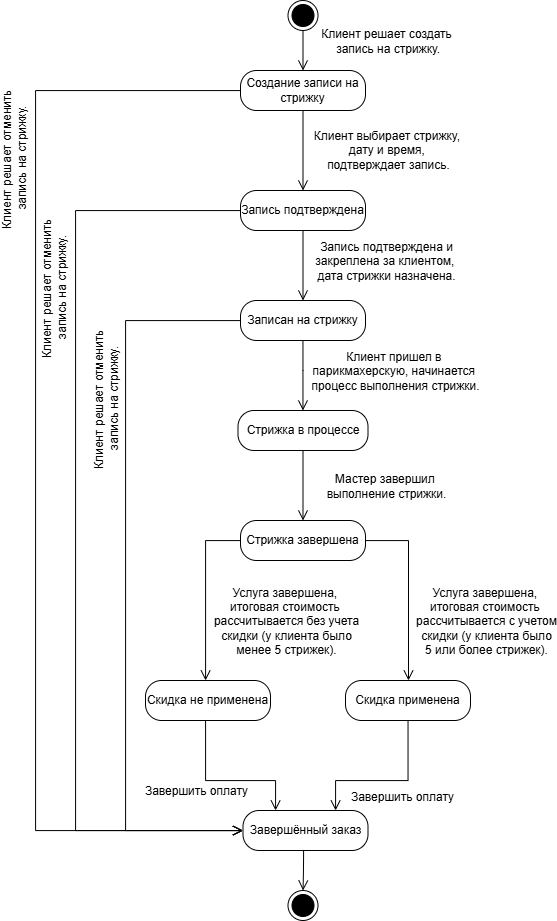
Before: diagrams/Диаграмма состояния.png, a diagram exported from draw.io (dxprxsd/practicalEducationalTrainingMobile). Source tidied: cells renumbered, new cells last; positions are measured from the earlier drawing's top-left corner, leaving out a move shared by most shapes.
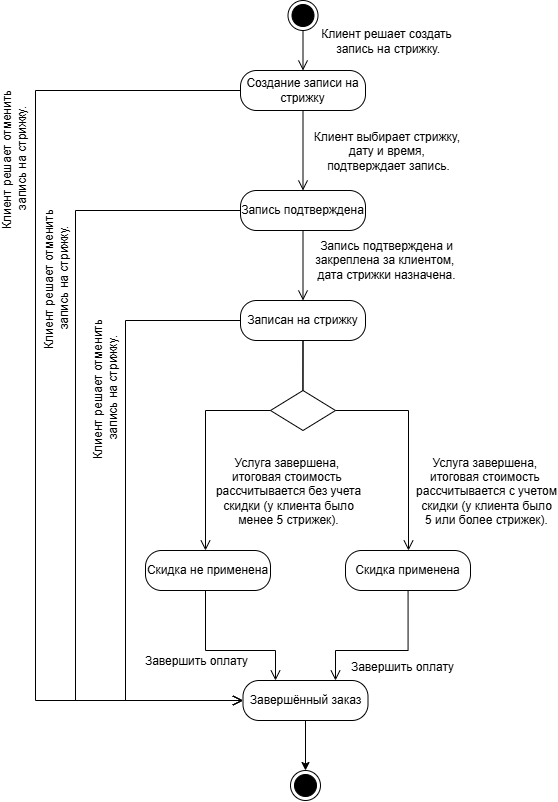
After the commit.

Change to the diagram source:
```diff
@@ -25,26 +25,20 @@
     <mxCell id="8" value="Записан на стрижку" style="rounded=1;whiteSpace=wrap;html=1;arcSize=40;" parent="1" vertex="1">
       <mxGeometry x="205" y="300" width="125" height="40" as="geometry" />
     </mxCell>
-    <mxCell id="9" value="Стрижка в процессе" style="rounded=1;whiteSpace=wrap;html=1;arcSize=40;" parent="1" vertex="1">
-      <mxGeometry x="202.5" y="410" width="130" height="40" as="geometry" />
-    </mxCell>
-    <mxCell id="10" value="Стрижка завершена" style="rounded=1;whiteSpace=wrap;html=1;arcSize=40;" parent="1" vertex="1">
-      <mxGeometry x="205" y="520" width="125" height="40" as="geometry" />
-    </mxCell>
     <mxCell id="11" value="Скидка применена" style="rounded=1;whiteSpace=wrap;html=1;arcSize=40;" parent="1" vertex="1">
-      <mxGeometry x="310" y="680" width="125" height="40" as="geometry" />
+      <mxGeometry x="310" y="550" width="125" height="40" as="geometry" />
     </mxCell>
     <mxCell id="12" style="edgeStyle=orthogonalEdgeStyle;html=1;verticalAlign=bottom;endArrow=open;endSize=8;strokeColor=#000000;rounded=0;fontSize=12;" parent="1" edge="1" source="3" target="26">
       <mxGeometry relative="1" as="geometry">
         <Array as="points">
           <mxPoint y="90" />
-          <mxPoint y="830" />
+          <mxPoint y="700" />
         </Array>
       </mxGeometry>
     </mxCell>
     <mxCell id="13" value="Клиент решает отменить&lt;div&gt;&amp;nbsp;запись на стрижку.&lt;/div&gt;" style="edgeLabel;html=1;align=center;verticalAlign=middle;fontSize=12;labelBackgroundColor=none;rotation=270;" parent="12" vertex="1">
       <mxGeometry x="-0.26" y="1" relative="1" as="geometry">
-        <mxPoint x="-23" y="-151" as="offset" />
+        <mxPoint x="-23" y="-103" as="offset" />
       </mxGeometry>
     </mxCell>
     <mxCell id="14" style="edgeStyle=orthogonalEdgeStyle;html=1;verticalAlign=bottom;endArrow=open;endSize=8;strokeColor=#000000;rounded=0;fontSize=12;" parent="1" edge="1" source="7" target="8">
@@ -60,43 +54,24 @@
         <mxPoint x="82" y="4" as="offset" />
       </mxGeometry>
     </mxCell>
-    <mxCell id="16" style="edgeStyle=orthogonalEdgeStyle;html=1;verticalAlign=bottom;endArrow=open;endSize=8;strokeColor=#000000;rounded=0;fontSize=12;" parent="1" edge="1" source="8" target="9">
-      <mxGeometry relative="1" as="geometry">
-        <Array as="points">
-          <mxPoint x="268" y="370" />
-          <mxPoint x="268" y="370" />
-        </Array>
-      </mxGeometry>
-    </mxCell>
-    <mxCell id="17" value="Клиент пришел в&amp;nbsp;&lt;div&gt;парикмахерскую,&amp;nbsp;&lt;span style=&quot;background-color: transparent; color: light-dark(rgb(0, 0, 0), rgb(255, 255, 255));&quot;&gt;начинается&amp;nbsp;&lt;/span&gt;&lt;div&gt;процесс выполнения стрижки.&lt;/div&gt;&lt;/div&gt;" style="edgeLabel;html=1;align=center;verticalAlign=middle;fontSize=12;labelBackgroundColor=none;" parent="16" vertex="1">
-      <mxGeometry x="-0.26" y="1" relative="1" as="geometry">
-        <mxPoint x="91" y="4" as="offset" />
-      </mxGeometry>
-    </mxCell>
-    <mxCell id="18" style="edgeStyle=orthogonalEdgeStyle;html=1;verticalAlign=bottom;endArrow=open;endSize=8;strokeColor=#000000;rounded=0;fontSize=12;" parent="1" edge="1" source="9" target="10">
-      <mxGeometry relative="1" as="geometry" />
-    </mxCell>
-    <mxCell id="19" value="Мастер завершил&amp;nbsp;&lt;div&gt;выполнение стрижки.&lt;/div&gt;" style="edgeLabel;html=1;align=center;verticalAlign=middle;fontSize=12;labelBackgroundColor=none;" parent="18" vertex="1">
-      <mxGeometry x="-0.26" y="1" relative="1" as="geometry">
-        <mxPoint x="82" y="9" as="offset" />
-      </mxGeometry>
-    </mxCell>
-    <mxCell id="20" style="edgeStyle=orthogonalEdgeStyle;html=1;verticalAlign=bottom;endArrow=open;endSize=8;strokeColor=#000000;rounded=0;fontSize=12;" parent="1" edge="1" source="10" target="32">
+    <mxCell id="20" style="edgeStyle=orthogonalEdgeStyle;html=1;verticalAlign=bottom;endArrow=open;endSize=8;strokeColor=#000000;rounded=0;fontSize=12;exitX=0.5;exitY=1;exitDx=0;exitDy=0;" parent="1" edge="1" source="8" target="32">
       <mxGeometry relative="1" as="geometry">
         <Array as="points">
-          <mxPoint x="170" y="540" />
+          <mxPoint x="268" y="410" />
+          <mxPoint x="170" y="410" />
         </Array>
       </mxGeometry>
     </mxCell>
     <mxCell id="21" value="Услуга завершена,&amp;nbsp;&lt;div&gt;итоговая стоимость&amp;nbsp;&lt;/div&gt;&lt;div&gt;рассчитывается без учета&lt;/div&gt;&lt;div&gt;&lt;span style=&quot;background-color: transparent; color: light-dark(rgb(0, 0, 0), rgb(255, 255, 255));&quot;&gt;скидки (у клиента было&lt;/span&gt;&lt;/div&gt;&lt;div&gt;&lt;span style=&quot;background-color: transparent; color: light-dark(rgb(0, 0, 0), rgb(255, 255, 255));&quot;&gt;менее 5 стрижек&lt;/span&gt;&lt;span style=&quot;background-color: transparent; color: light-dark(rgb(0, 0, 0), rgb(255, 255, 255));&quot;&gt;).&lt;/span&gt;&lt;/div&gt;" style="edgeLabel;html=1;align=center;verticalAlign=middle;fontSize=12;labelBackgroundColor=none;" parent="20" vertex="1">
       <mxGeometry x="-0.26" y="1" relative="1" as="geometry">
-        <mxPoint x="79" y="50" as="offset" />
+        <mxPoint x="29" y="79" as="offset" />
       </mxGeometry>
     </mxCell>
-    <mxCell id="22" style="edgeStyle=orthogonalEdgeStyle;html=1;verticalAlign=bottom;endArrow=open;endSize=8;strokeColor=#000000;rounded=0;fontSize=12;" parent="1" edge="1" source="10" target="11">
+    <mxCell id="22" style="edgeStyle=orthogonalEdgeStyle;html=1;verticalAlign=bottom;endArrow=open;endSize=8;strokeColor=#000000;rounded=0;fontSize=12;exitX=0.5;exitY=1;exitDx=0;exitDy=0;" parent="1" edge="1" source="8" target="11">
       <mxGeometry relative="1" as="geometry">
         <Array as="points">
-          <mxPoint x="373" y="540" />
+          <mxPoint x="268" y="410" />
+          <mxPoint x="373" y="410" />
         </Array>
       </mxGeometry>
     </mxCell>
@@ -106,18 +81,13 @@
       </mxGeometry>
     </mxCell>
     <mxCell id="24" style="ellipse;html=1;shape=endState;fillColor=#000000;strokeColor=#000000;" parent="1" vertex="1">
-      <mxGeometry x="252.5" y="890" width="30" height="30" as="geometry" />
+      <mxGeometry x="255" y="770" width="30" height="30" as="geometry" />
     </mxCell>
-    <mxCell id="25" style="edgeStyle=orthogonalEdgeStyle;html=1;verticalAlign=bottom;endArrow=open;endSize=8;strokeColor=#000000;rounded=0;fontSize=12;curved=1;" parent="1" edge="1" source="26" target="24">
-      <mxGeometry relative="1" as="geometry">
-        <Array as="points">
-          <mxPoint x="268" y="870" />
-          <mxPoint x="268" y="870" />
-        </Array>
-      </mxGeometry>
+    <mxCell id="25" style="edgeStyle=orthogonalEdgeStyle;rounded=0;jettySize=auto;html=1;exitX=0.5;exitY=1;exitDx=0;exitDy=0;" parent="1" edge="1" source="26" target="24">
+      <mxGeometry relative="1" as="geometry" />
     </mxCell>
     <mxCell id="26" value="Завершённый заказ" style="rounded=1;whiteSpace=wrap;html=1;arcSize=40;" parent="1" vertex="1">
-      <mxGeometry x="207.5" y="810" width="125" height="40" as="geometry" />
+      <mxGeometry x="207.5" y="680" width="125" height="40" as="geometry" />
     </mxCell>
     <mxCell id="27" value="Клиент решает создать&lt;div&gt;&amp;nbsp;запись на стрижку.&lt;/div&gt;" style="edgeLabel;html=1;align=center;verticalAlign=middle;fontSize=12;labelBackgroundColor=none;rotation=0;" parent="1" vertex="1">
       <mxGeometry x="350" y="40" as="geometry" />
@@ -126,44 +96,44 @@
       <mxGeometry relative="1" as="geometry">
         <Array as="points">
           <mxPoint x="40" y="210" />
-          <mxPoint x="40" y="830" />
+          <mxPoint x="40" y="700" />
         </Array>
       </mxGeometry>
     </mxCell>
     <mxCell id="29" value="Клиент решает отменить&lt;div&gt;&amp;nbsp;запись на стрижку.&lt;/div&gt;" style="edgeLabel;html=1;align=center;verticalAlign=middle;fontSize=12;labelBackgroundColor=none;rotation=-90;" parent="28" vertex="1">
       <mxGeometry x="-0.26" y="1" relative="1" as="geometry">
-        <mxPoint x="-23" y="-108" as="offset" />
+        <mxPoint x="-21" y="-69" as="offset" />
       </mxGeometry>
     </mxCell>
     <mxCell id="30" style="edgeStyle=orthogonalEdgeStyle;html=1;verticalAlign=bottom;endArrow=open;endSize=8;strokeColor=#000000;rounded=0;fontSize=12;" parent="1" edge="1" source="8" target="26">
       <mxGeometry relative="1" as="geometry">
         <Array as="points">
           <mxPoint x="90" y="320" />
-          <mxPoint x="90" y="830" />
+          <mxPoint x="90" y="700" />
         </Array>
       </mxGeometry>
     </mxCell>
     <mxCell id="31" value="Клиент решает отменить&lt;div&gt;&amp;nbsp;запись на стрижку.&lt;/div&gt;" style="edgeLabel;html=1;align=center;verticalAlign=middle;fontSize=12;labelBackgroundColor=none;rotation=-90;" parent="30" vertex="1">
       <mxGeometry x="-0.26" y="1" relative="1" as="geometry">
-        <mxPoint x="-21" y="-80" as="offset" />
+        <mxPoint x="-21" y="-42" as="offset" />
       </mxGeometry>
     </mxCell>
     <mxCell id="32" value="Скидка не применена" style="rounded=1;whiteSpace=wrap;html=1;arcSize=40;" parent="1" vertex="1">
-      <mxGeometry x="110" y="680" width="125" height="40" as="geometry" />
+      <mxGeometry x="110" y="550" width="125" height="40" as="geometry" />
     </mxCell>
     <mxCell id="33" style="edgeStyle=orthogonalEdgeStyle;html=1;verticalAlign=bottom;endArrow=open;endSize=8;strokeColor=#000000;rounded=0;fontSize=12;" parent="1" edge="1" source="11" target="26">
       <mxGeometry relative="1" as="geometry">
         <Array as="points">
-          <mxPoint x="373" y="780" />
-          <mxPoint x="300" y="780" />
+          <mxPoint x="373" y="650" />
+          <mxPoint x="300" y="650" />
         </Array>
       </mxGeometry>
     </mxCell>
     <mxCell id="34" style="edgeStyle=orthogonalEdgeStyle;html=1;verticalAlign=bottom;endArrow=open;endSize=8;strokeColor=#000000;rounded=0;fontSize=12;" parent="1" edge="1" source="32" target="26">
       <mxGeometry relative="1" as="geometry">
         <Array as="points">
-          <mxPoint x="170" y="780" />
-          <mxPoint x="240" y="780" />
+          <mxPoint x="170" y="650" />
+          <mxPoint x="240" y="650" />
         </Array>
       </mxGeometry>
     </mxCell>
@@ -173,12 +143,15 @@
       </mxGeometry>
     </mxCell>
     <mxCell id="36" value="Услуга завершена,&amp;nbsp;&lt;div&gt;итоговая стоимость&amp;nbsp;&lt;/div&gt;&lt;div&gt;рассчитывается с учетом&lt;/div&gt;&lt;div&gt;&lt;span style=&quot;background-color: transparent; color: light-dark(rgb(0, 0, 0), rgb(255, 255, 255));&quot;&gt;скидки (у клиента было&lt;/span&gt;&lt;/div&gt;&lt;div&gt;&lt;span style=&quot;background-color: transparent; color: light-dark(rgb(0, 0, 0), rgb(255, 255, 255));&quot;&gt;5 или более стрижек&lt;/span&gt;&lt;span style=&quot;background-color: transparent; color: light-dark(rgb(0, 0, 0), rgb(255, 255, 255));&quot;&gt;).&lt;/span&gt;&lt;/div&gt;" style="edgeLabel;html=1;align=center;verticalAlign=middle;fontSize=12;labelBackgroundColor=none;" parent="1" vertex="1">
-      <mxGeometry x="450" y="620" as="geometry" />
+      <mxGeometry x="450" y="490" as="geometry" />
     </mxCell>
     <mxCell id="37" value="Завершить оплату" style="edgeLabel;html=1;align=center;verticalAlign=middle;fontSize=12;" parent="1" vertex="1">
-      <mxGeometry x="220" y="800" as="geometry">
+      <mxGeometry x="220" y="670" as="geometry">
         <mxPoint x="146" y="-4" as="offset" />
       </mxGeometry>
     </mxCell>
+    <mxCell id="38" style="rhombus;whiteSpace=wrap;html=1;" parent="1" vertex="1">
+      <mxGeometry x="235" y="390" width="65" height="40" as="geometry" />
+    </mxCell>
   </root>
 </mxGraphModel>
```
